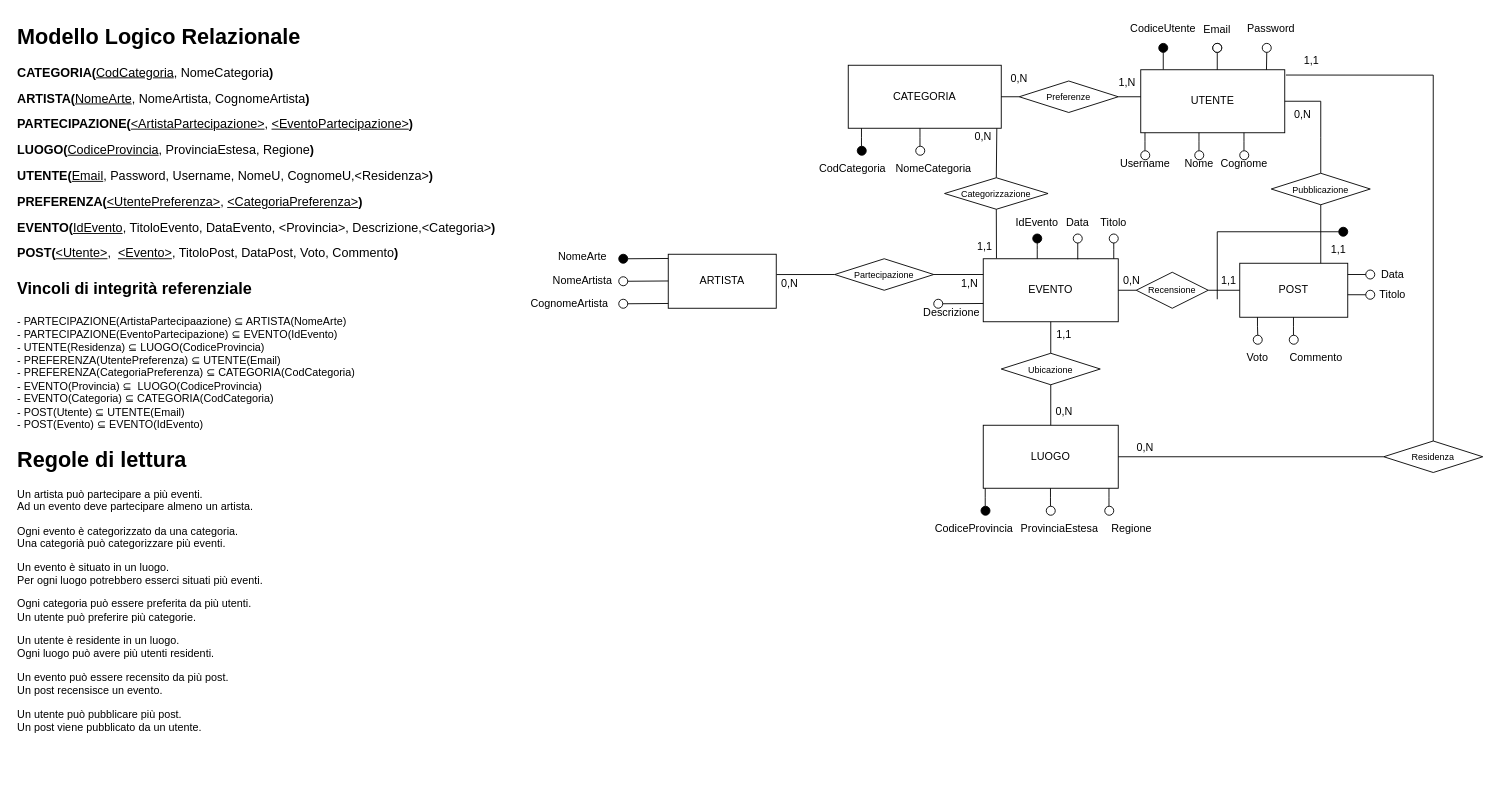
Earlier version of the draw.io diagram UDA_Pianificazione/er.drawio (sac11221/mercuriouda). Source tidied: cells renumbered, new cells numbered last; positions are measured from the earlier drawing's top-left corner, leaving out a move shared by most shapes. Both pictures are drawn from the tidied source at 90%, with x=0, y=0 at pixel (15, 15).
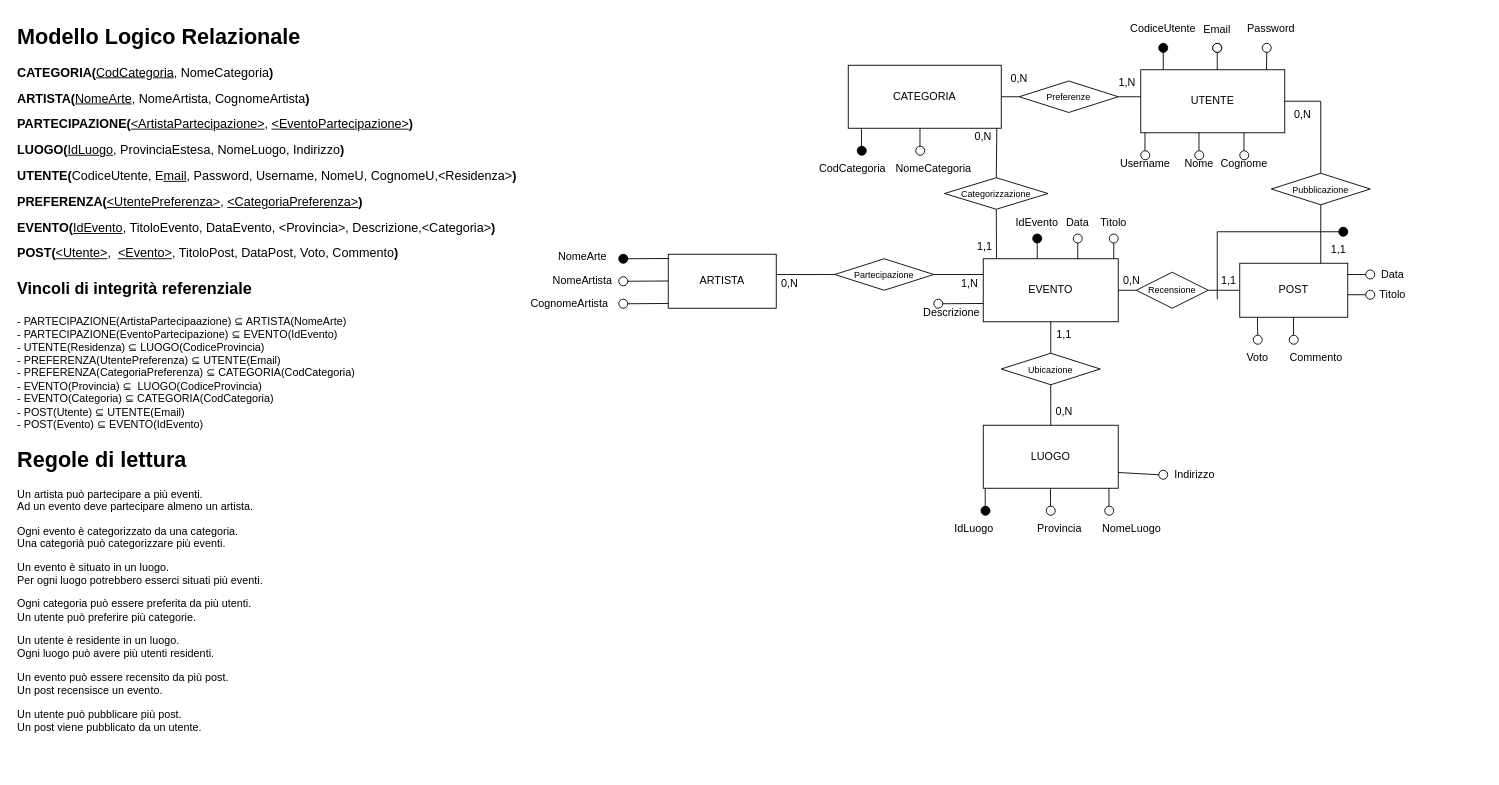
The same diagram, later.

Unchanged cells that the change refers to:
```xml
<mxCell id="16" value="UTENTE" style="rounded=0;whiteSpace=wrap;html=1;" parent="1" vertex="1">
  <mxGeometry x="1250" y="60" width="160" height="70" as="geometry" />
</mxCell>
<mxCell id="89" value="LUOGO" style="whiteSpace=wrap;html=1;align=center;" parent="1" vertex="1">
  <mxGeometry x="1075" y="455" width="150" height="70" as="geometry" />
</mxCell>
```

The edit, as a diff of the source:
```diff
@@
-    <mxCell id="88" value="&lt;h1 style=&quot;margin-top: 0px;&quot;&gt;Modello Logico Relazionale&lt;/h1&gt;&lt;p&gt;&lt;font style=&quot;font-size: 14px;&quot;&gt;&lt;b&gt;CATEGORIA(&lt;/b&gt;&lt;u&gt;CodCategoria&lt;/u&gt;, NomeCategoria&lt;b&gt;)&lt;/b&gt;&lt;b&gt;&lt;/b&gt;&lt;/font&gt;&lt;/p&gt;&lt;p&gt;&lt;font style=&quot;font-size: 14px;&quot;&gt;&lt;b&gt;ARTISTA(&lt;/b&gt;&lt;u&gt;NomeArte&lt;/u&gt;, NomeArtista, CognomeArtista&lt;b&gt;)&lt;/b&gt;&lt;/font&gt;&lt;/p&gt;&lt;p&gt;&lt;font style=&quot;font-size: 14px;&quot;&gt;&lt;b&gt;PARTECIPAZIONE(&lt;/b&gt;&lt;u&gt;&amp;lt;ArtistaPartecipazione&amp;gt;&lt;/u&gt;, &lt;u&gt;&amp;lt;EventoPartecipazione&amp;gt;&lt;/u&gt;&lt;/font&gt;&lt;b style=&quot;font-size: 14px; background-color: transparent; color: light-dark(rgb(0, 0, 0), rgb(255, 255, 255));&quot;&gt;)&lt;/b&gt;&lt;/p&gt;&lt;p&gt;&lt;b style=&quot;font-size: 14px;&quot;&gt;LUOGO(&lt;/b&gt;&lt;u style=&quot;font-size: 14px;&quot;&gt;CodiceProvincia&lt;/u&gt;&lt;span style=&quot;font-size: 14px;&quot;&gt;, ProvinciaEstesa, Regione&lt;/span&gt;&lt;b style=&quot;font-size: 14px;&quot;&gt;)&lt;/b&gt;&lt;b style=&quot;font-size: 14px; background-color: transparent; color: light-dark(rgb(0, 0, 0), rgb(255, 255, 255));&quot;&gt;&lt;/b&gt;&lt;/p&gt;&lt;p&gt;&lt;font style=&quot;font-size: 14px;&quot;&gt;&lt;b&gt;UTENTE(&lt;/b&gt;&lt;u&gt;Email&lt;/u&gt;, Password, Username, NomeU, CognomeU,&amp;lt;Residenza&amp;gt;&lt;b&gt;)&lt;/b&gt;&lt;/font&gt;&lt;/p&gt;&lt;p&gt;&lt;span style=&quot;font-size: 14px;&quot;&gt;&lt;b&gt;PREFERENZA(&lt;/b&gt;&lt;u&gt;&amp;lt;UtentePreferenza&amp;gt;&lt;/u&gt;, &lt;u&gt;&amp;lt;CategoriaPreferenza&amp;gt;&lt;/u&gt;&lt;b&gt;)&lt;/b&gt;&lt;/span&gt;&lt;/p&gt;&lt;p&gt;&lt;font style=&quot;font-size: 14px;&quot;&gt;&lt;b&gt;EVENTO(&lt;/b&gt;&lt;u&gt;IdEvento&lt;/u&gt;, TitoloEvento, DataEvento, &amp;lt;Provincia&amp;gt;, Descrizione,&amp;lt;Categoria&amp;gt;&lt;b&gt;)&lt;/b&gt;&lt;/font&gt;&lt;/p&gt;&lt;p&gt;&lt;font style=&quot;font-size: 14px;&quot;&gt;&lt;b&gt;POST(&lt;/b&gt;&lt;u&gt;&amp;lt;Utente&amp;gt;&lt;/u&gt;,&amp;nbsp; &lt;u&gt;&amp;lt;Evento&amp;gt;&lt;/u&gt;, TitoloPost, DataPost, Voto, Commento&lt;b&gt;)&lt;br&gt;&lt;/b&gt;&lt;/font&gt;&lt;/p&gt;&lt;p&gt;&lt;br&gt;&lt;/p&gt;&lt;p&gt;&lt;br&gt;&lt;/p&gt;" style="text;html=1;whiteSpace=wrap;overflow=hidden;rounded=0;" parent="1" vertex="1">
+    <mxCell id="88" value="&lt;h1 style=&quot;margin-top: 0px;&quot;&gt;Modello Logico Relazionale&lt;/h1&gt;&lt;p&gt;&lt;font style=&quot;font-size: 14px;&quot;&gt;&lt;b&gt;CATEGORIA(&lt;/b&gt;&lt;u&gt;CodCategoria&lt;/u&gt;, NomeCategoria&lt;b&gt;)&lt;/b&gt;&lt;b&gt;&lt;/b&gt;&lt;/font&gt;&lt;/p&gt;&lt;p&gt;&lt;font style=&quot;font-size: 14px;&quot;&gt;&lt;b&gt;ARTISTA(&lt;/b&gt;&lt;u&gt;NomeArte&lt;/u&gt;, NomeArtista, CognomeArtista&lt;b&gt;)&lt;/b&gt;&lt;/font&gt;&lt;/p&gt;&lt;p&gt;&lt;font style=&quot;font-size: 14px;&quot;&gt;&lt;b&gt;PARTECIPAZIONE(&lt;/b&gt;&lt;u&gt;&amp;lt;ArtistaPartecipazione&amp;gt;&lt;/u&gt;, &lt;u&gt;&amp;lt;EventoPartecipazione&amp;gt;&lt;/u&gt;&lt;/font&gt;&lt;b style=&quot;font-size: 14px; background-color: transparent; color: light-dark(rgb(0, 0, 0), rgb(255, 255, 255));&quot;&gt;)&lt;/b&gt;&lt;/p&gt;&lt;p&gt;&lt;b style=&quot;font-size: 14px;&quot;&gt;LUOGO(&lt;/b&gt;&lt;u style=&quot;font-size: 14px;&quot;&gt;IdLuogo&lt;/u&gt;&lt;span style=&quot;font-size: 14px;&quot;&gt;, ProvinciaEstesa, NomeLuogo, Indirizzo&lt;/span&gt;&lt;b style=&quot;font-size: 14px;&quot;&gt;)&lt;/b&gt;&lt;b style=&quot;font-size: 14px; background-color: transparent; color: light-dark(rgb(0, 0, 0), rgb(255, 255, 255));&quot;&gt;&lt;/b&gt;&lt;/p&gt;&lt;p&gt;&lt;font style=&quot;font-size: 14px;&quot;&gt;&lt;b&gt;UTENTE(&lt;/b&gt;CodiceUtente, E&lt;u&gt;mail&lt;/u&gt;, Password, Username, NomeU, CognomeU,&amp;lt;Residenza&amp;gt;&lt;b&gt;)&lt;/b&gt;&lt;/font&gt;&lt;/p&gt;&lt;p&gt;&lt;span style=&quot;font-size: 14px;&quot;&gt;&lt;b&gt;PREFERENZA(&lt;/b&gt;&lt;u&gt;&amp;lt;UtentePreferenza&amp;gt;&lt;/u&gt;, &lt;u&gt;&amp;lt;CategoriaPreferenza&amp;gt;&lt;/u&gt;&lt;b&gt;)&lt;/b&gt;&lt;/span&gt;&lt;/p&gt;&lt;p&gt;&lt;font style=&quot;font-size: 14px;&quot;&gt;&lt;b&gt;EVENTO(&lt;/b&gt;&lt;u&gt;IdEvento&lt;/u&gt;, TitoloEvento, DataEvento, &amp;lt;Provincia&amp;gt;, Descrizione,&amp;lt;Categoria&amp;gt;&lt;b&gt;)&lt;/b&gt;&lt;/font&gt;&lt;/p&gt;&lt;p&gt;&lt;font style=&quot;font-size: 14px;&quot;&gt;&lt;b&gt;POST(&lt;/b&gt;&lt;u&gt;&amp;lt;Utente&amp;gt;&lt;/u&gt;,&amp;nbsp; &lt;u&gt;&amp;lt;Evento&amp;gt;&lt;/u&gt;, TitoloPost, DataPost, Voto, Commento&lt;b&gt;)&lt;br&gt;&lt;/b&gt;&lt;/font&gt;&lt;/p&gt;&lt;p&gt;&lt;br&gt;&lt;/p&gt;&lt;p&gt;&lt;br&gt;&lt;/p&gt;" style="text;html=1;whiteSpace=wrap;overflow=hidden;rounded=0;" parent="1" vertex="1">
       <mxGeometry y="2.5" width="630" height="290" as="geometry" />
     </mxCell>
@@
-    <mxCell id="99" value="CodiceProvincia" style="text;html=1;align=center;verticalAlign=middle;whiteSpace=wrap;rounded=0;" parent="1" vertex="1">
+    <mxCell id="99" value="IdLuogo" style="text;html=1;align=center;verticalAlign=middle;whiteSpace=wrap;rounded=0;" parent="1" vertex="1">
       <mxGeometry x="1035" y="555" width="60" height="30" as="geometry" />
     </mxCell>
-    <mxCell id="100" value="ProvinciaEstesa" style="text;html=1;align=center;verticalAlign=middle;whiteSpace=wrap;rounded=0;" parent="1" vertex="1">
+    <mxCell id="100" value="Provincia" style="text;html=1;align=center;verticalAlign=middle;whiteSpace=wrap;rounded=0;" parent="1" vertex="1">
       <mxGeometry x="1130" y="555" width="60" height="30" as="geometry" />
     </mxCell>
-    <mxCell id="101" value="Regione" style="text;html=1;align=center;verticalAlign=middle;whiteSpace=wrap;rounded=0;" parent="1" vertex="1">
+    <mxCell id="101" value="NomeLuogo" style="text;html=1;align=center;verticalAlign=middle;whiteSpace=wrap;rounded=0;" parent="1" vertex="1">
       <mxGeometry x="1210" y="555" width="60" height="30" as="geometry" />
     </mxCell>
@@
-    <mxCell id="104" value="Residenza" style="rhombus;whiteSpace=wrap;html=1;fontSize=10;" parent="1" vertex="1">
-      <mxGeometry x="1520" y="472.5" width="110" height="35" as="geometry" />
-    </mxCell>
-    <mxCell id="105" style="endArrow=none;html=1;rounded=0;exitX=0.5;exitY=0;exitDx=0;exitDy=0;entryX=1.008;entryY=0.084;entryDx=0;entryDy=0;entryPerimeter=0;" parent="1" edge="1" source="104" target="16">
-      <mxGeometry relative="1" as="geometry">
-        <Array as="points">
-          <mxPoint x="1575" y="66" />
-        </Array>
-      </mxGeometry>
-    </mxCell>
-    <mxCell id="106" style="endArrow=none;html=1;rounded=0;exitX=0;exitY=0.5;exitDx=0;exitDy=0;entryX=1;entryY=0.5;entryDx=0;entryDy=0;" parent="1" edge="1" source="104" target="89">
-      <mxGeometry relative="1" as="geometry" />
-    </mxCell>
-    <mxCell id="107" value="1,1" style="text;html=1;align=center;verticalAlign=middle;whiteSpace=wrap;rounded=0;" parent="1" vertex="1">
-      <mxGeometry x="1410" y="35" width="60" height="30" as="geometry" />
-    </mxCell>
-    <mxCell id="108" value="0,N" style="text;html=1;align=center;verticalAlign=middle;whiteSpace=wrap;rounded=0;" parent="1" vertex="1">
-      <mxGeometry x="1225" y="465" width="60" height="30" as="geometry" />
-    </mxCell>
@@
+    <mxCell id="115" style="ellipse;whiteSpace=wrap;html=1;" parent="1" vertex="1">
+      <mxGeometry x="1270" y="505" width="10" height="10" as="geometry" />
+    </mxCell>
+    <mxCell id="116" value="Indirizzo" style="text;html=1;align=center;verticalAlign=middle;whiteSpace=wrap;rounded=0;" parent="1" vertex="1">
+      <mxGeometry x="1280" y="495" width="60" height="30" as="geometry" />
+    </mxCell>
+    <mxCell id="117" style="endArrow=none;html=1;rounded=0;entryX=1;entryY=0.75;entryDx=0;entryDy=0;exitX=0;exitY=0.5;exitDx=0;exitDy=0;" parent="1" edge="1" source="115" target="89">
+      <mxGeometry relative="1" as="geometry" />
+    </mxCell>
```
